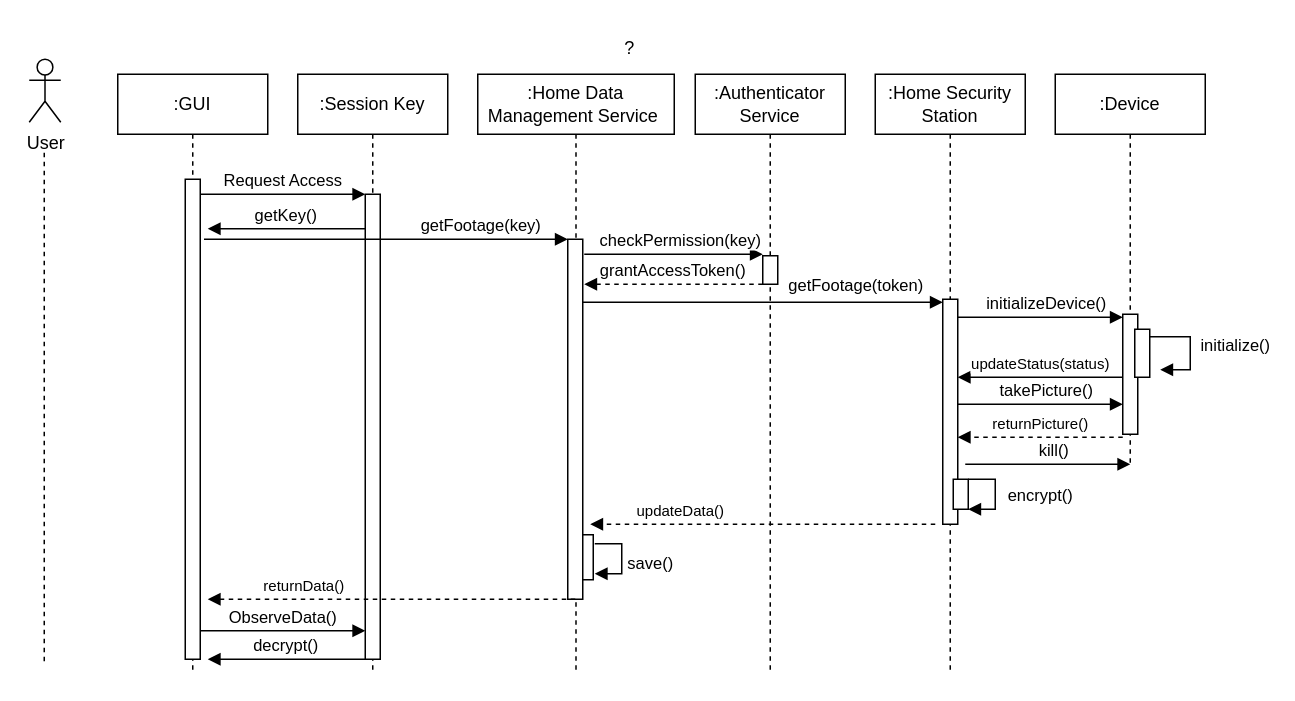
Before: Diagrama sin título.drawio in zelcam4ever/SoftwareArch, a draw.io diagram. Source tidied: cells renumbered, new cells numbered last; positions are measured from the earlier drawing's top-left corner, leaving out a move shared by most shapes. Both pictures are drawn from the tidied source at 150%, with x=0, y=0 at pixel (28, 26).
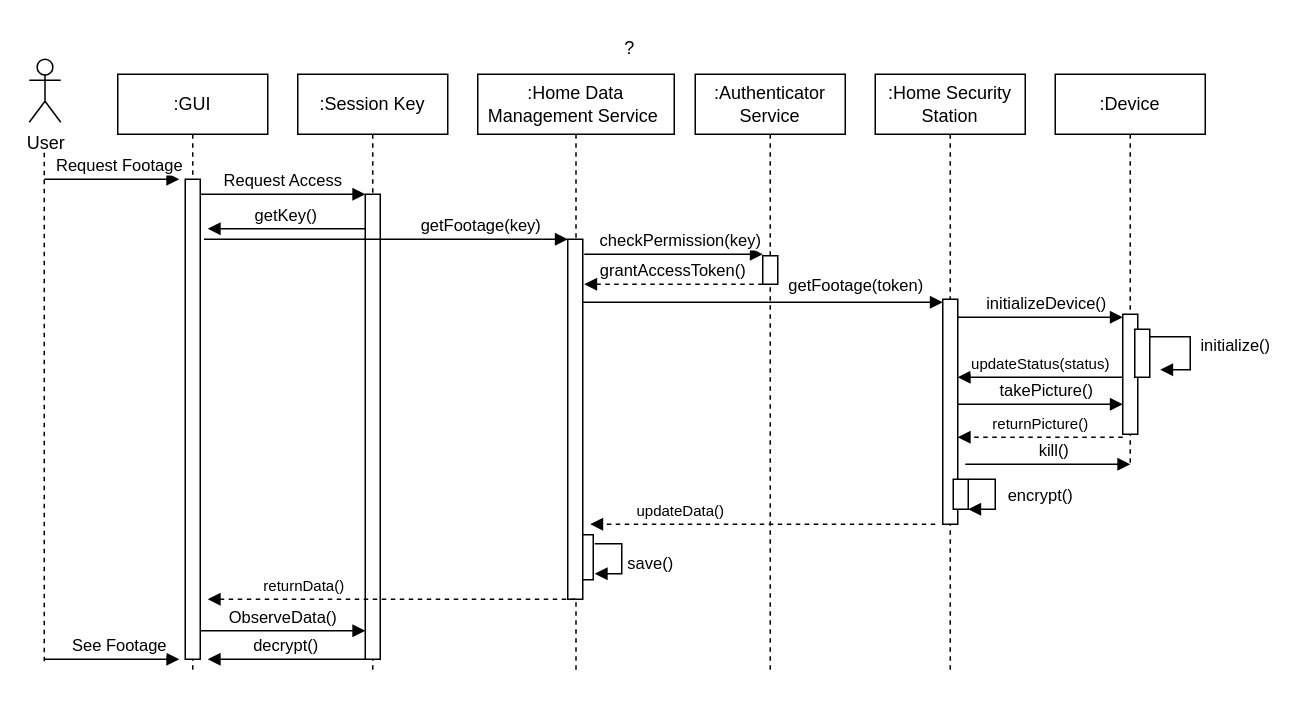
Above is the later version.

Change to the diagram source:
```diff
@@
+    <mxCell id="38" value="Request Footage" style="html=1;verticalAlign=bottom;endArrow=block;edgeStyle=elbowEdgeStyle;elbow=vertical;curved=0;rounded=0;" parent="1" edge="1">
+      <mxGeometry x="0.11" relative="1" as="geometry">
+        <mxPoint x="10" y="102" as="sourcePoint" />
+        <mxPoint x="100" y="102" as="targetPoint" />
+        <Array as="points">
+          <mxPoint x="85" y="102" />
+        </Array>
+      </mxGeometry>
+    </mxCell>
+    <mxCell id="39" value="See Footage" style="html=1;verticalAlign=bottom;endArrow=block;edgeStyle=elbowEdgeStyle;elbow=vertical;curved=0;rounded=0;" parent="1" edge="1">
+      <mxGeometry x="0.11" relative="1" as="geometry">
+        <mxPoint x="10" y="422" as="sourcePoint" />
+        <mxPoint x="100" y="422" as="targetPoint" />
+        <Array as="points">
+          <mxPoint x="85" y="422" />
+        </Array>
+      </mxGeometry>
+    </mxCell>
```
